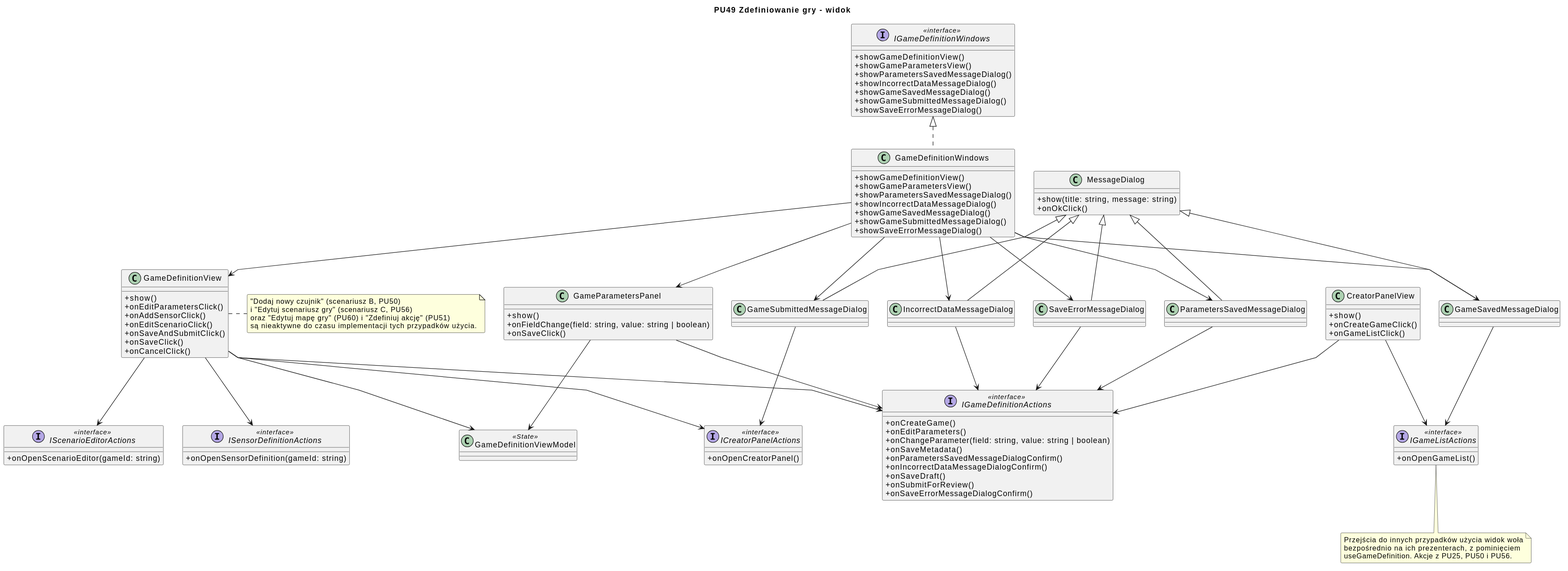
Before: diagrams/frontend/rendered/game-definition-view.svg, a diagram exported from PlantUML (Igor-Ochocki/POP-2026Z).
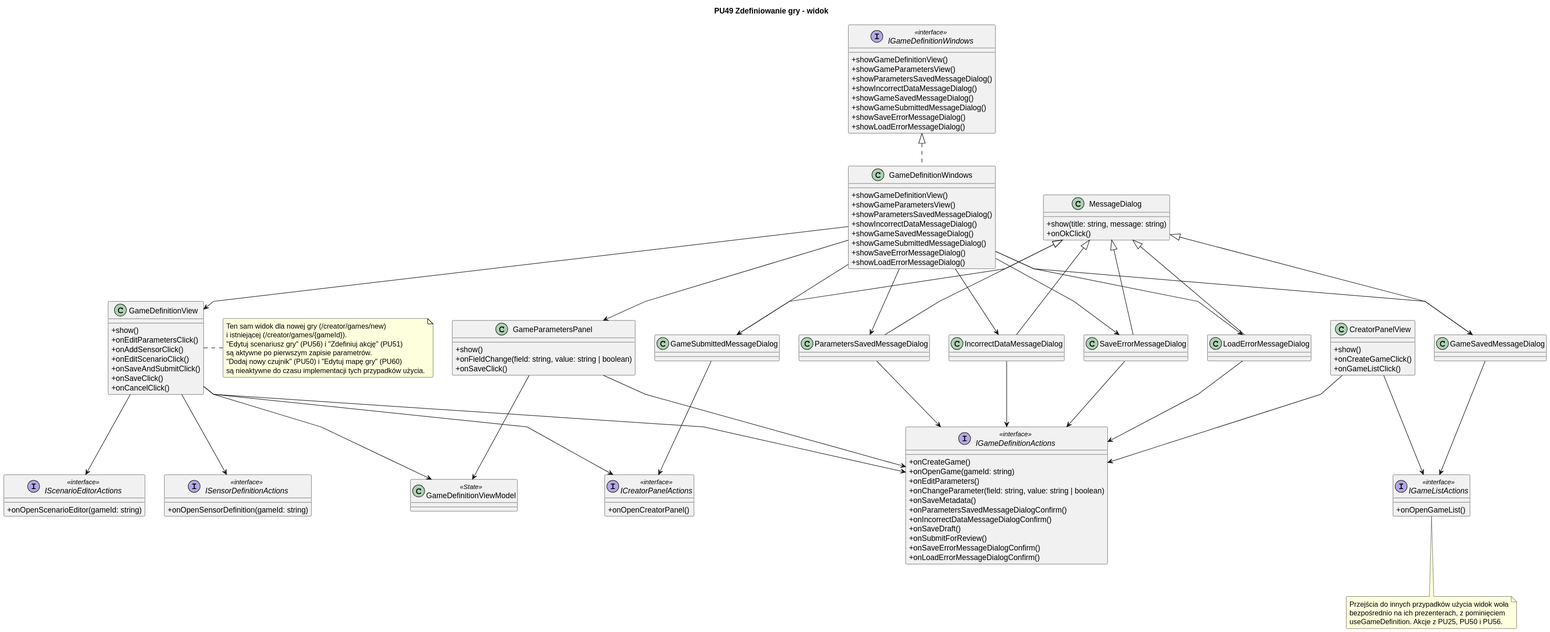
The same diagram one commit later.

Diff of the diagram source:
```diff
@@ -39,15 +39,18 @@
 class GameSavedMessageDialog
 class GameSubmittedMessageDialog
 class SaveErrorMessageDialog
+class LoadErrorMessageDialog
 
 ParametersSavedMessageDialog -u-|> MessageDialog
 IncorrectDataMessageDialog -u-|> MessageDialog
 GameSavedMessageDialog -u-|> MessageDialog
 GameSubmittedMessageDialog -u-|> MessageDialog
 SaveErrorMessageDialog -u-|> MessageDialog
+LoadErrorMessageDialog -u-|> MessageDialog
 
 interface IGameDefinitionActions <<interface>> {
     + onCreateGame()
+    + onOpenGame(gameId: string)
     + onEditParameters()
     + onChangeParameter(field: string, value: string | boolean)
     + onSaveMetadata()
@@ -56,6 +59,7 @@
     + onSaveDraft()
     + onSubmitForReview()
     + onSaveErrorMessageDialogConfirm()
+    + onLoadErrorMessageDialogConfirm()
 }
 
 interface ICreatorPanelActions <<interface>> {
@@ -90,6 +94,7 @@
 GameSavedMessageDialog --> IGameListActions
 GameSubmittedMessageDialog --> ICreatorPanelActions
 SaveErrorMessageDialog --> IGameDefinitionActions
+LoadErrorMessageDialog --> IGameDefinitionActions
 
 interface IGameDefinitionWindows <<interface>> {
     + showGameDefinitionView()
@@ -99,6 +104,7 @@
     + showGameSavedMessageDialog()
     + showGameSubmittedMessageDialog()
     + showSaveErrorMessageDialog()
+    + showLoadErrorMessageDialog()
 }
 
 class GameDefinitionWindows {
@@ -109,6 +115,7 @@
     + showGameSavedMessageDialog()
     + showGameSubmittedMessageDialog()
     + showSaveErrorMessageDialog()
+    + showLoadErrorMessageDialog()
 }
 
 GameDefinitionWindows .u.|> IGameDefinitionWindows
@@ -120,6 +127,7 @@
 GameDefinitionWindows --> GameSavedMessageDialog
 GameDefinitionWindows --> GameSubmittedMessageDialog
 GameDefinitionWindows --> SaveErrorMessageDialog
+GameDefinitionWindows --> LoadErrorMessageDialog
 
 note bottom of IGameListActions
     Przejścia do innych przypadków użycia widok woła
@@ -128,9 +136,11 @@
 end note
 
 note right of GameDefinitionView
-    "Dodaj nowy czujnik" (scenariusz B, PU50)
-    i "Edytuj scenariusz gry" (scenariusz C, PU56)
-    oraz "Edytuj mapę gry" (PU60) i "Zdefiniuj akcję" (PU51)
+    Ten sam widok dla nowej gry (/creator/games/new)
+    i istniejącej (/creator/games/{gameId}).
+    "Edytuj scenariusz gry" (PU56) i "Zdefiniuj akcję" (PU51)
+    są aktywne po pierwszym zapisie parametrów.
+    "Dodaj nowy czujnik" (PU50) i "Edytuj mapę gry" (PU60)
     są nieaktywne do czasu implementacji tych przypadków użycia.
 end note
 @enduml
```
